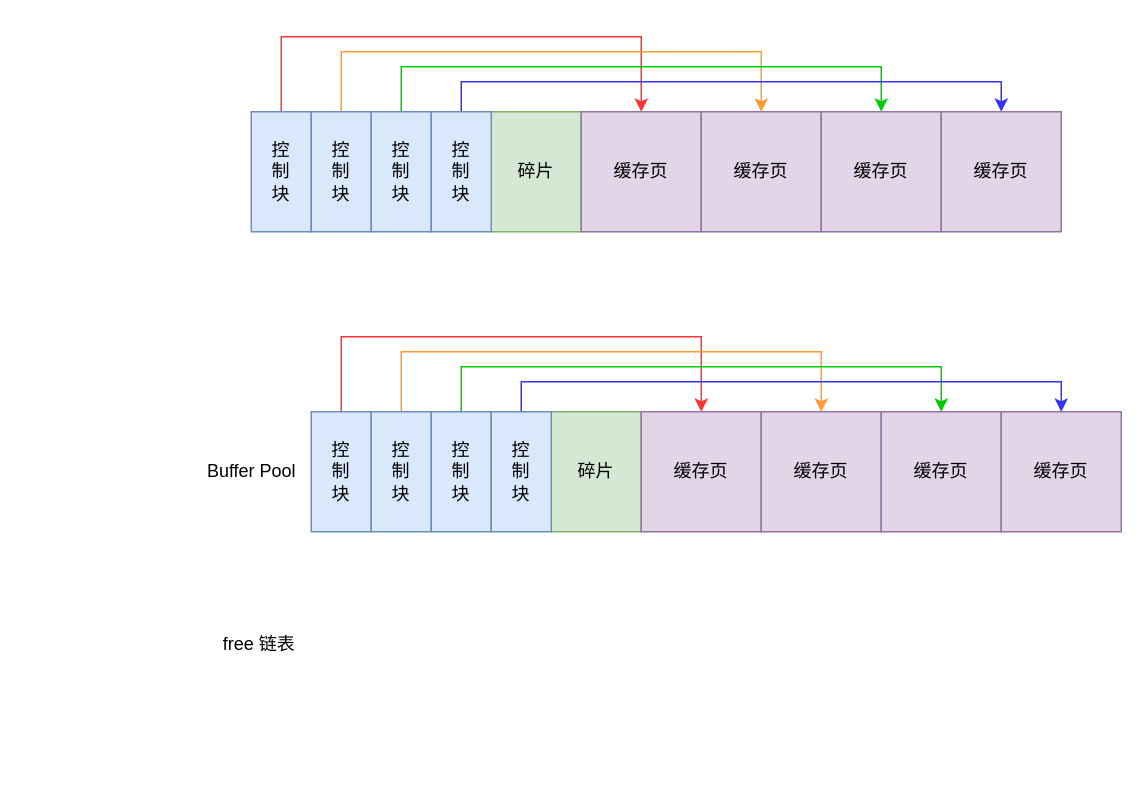
The draw.io diagram InnoDB 的 Buffer Pool/InnoDB 的 Buffer Pool.drawio in zero-97/picture-of-the-article, before the edit. Source tidied: cells renumbered, new cells numbered last; positions are measured from the earlier drawing's top-left corner, leaving out a move shared by most shapes. Both pictures are drawn from the tidied source at 150%, with x=0, y=0 at pixel (190, 36).
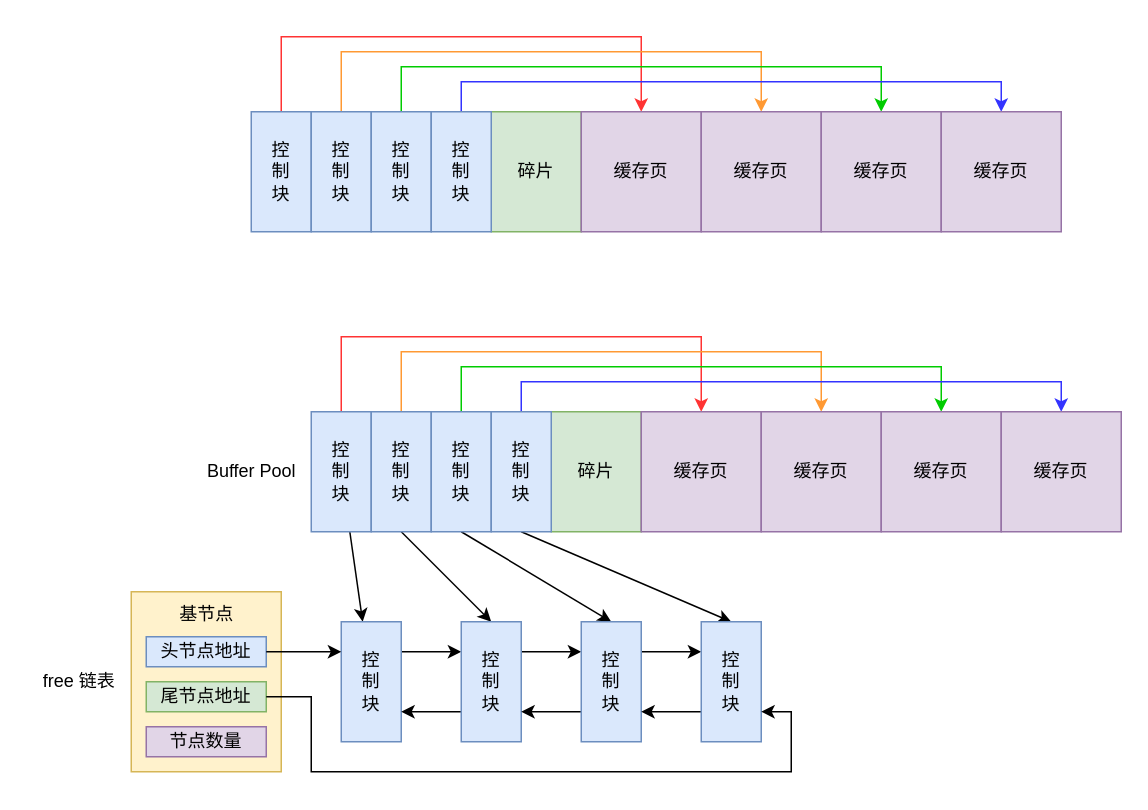
Above is the later version.

The change refers to these unchanged cells:
```xml
<mxCell id="18" value="控&lt;br&gt;制&lt;br&gt;块" style="rounded=0;whiteSpace=wrap;html=1;fillColor=#dae8fc;strokeColor=#6c8ebf;" parent="1" vertex="1">
  <mxGeometry x="80" y="250" width="40" height="80" as="geometry" />
</mxCell>
<mxCell id="20" value="控&lt;br&gt;制&lt;br&gt;块" style="rounded=0;whiteSpace=wrap;html=1;fillColor=#dae8fc;strokeColor=#6c8ebf;" parent="1" vertex="1">
  <mxGeometry x="120" y="250" width="40" height="80" as="geometry" />
</mxCell>
<mxCell id="22" value="控&lt;br&gt;制&lt;br&gt;块" style="rounded=0;whiteSpace=wrap;html=1;fillColor=#dae8fc;strokeColor=#6c8ebf;" parent="1" vertex="1">
  <mxGeometry x="160" y="250" width="40" height="80" as="geometry" />
</mxCell>
<mxCell id="25" value="控&lt;br&gt;制&lt;br&gt;块" style="rounded=0;whiteSpace=wrap;html=1;fillColor=#dae8fc;strokeColor=#6c8ebf;" parent="1" vertex="1">
  <mxGeometry x="200" y="250" width="40" height="80" as="geometry" />
</mxCell>
```

The edit, as a diff of the source:
```diff
@@
     <mxCell id="16" value="free 链表" style="text;html=1;align=center;verticalAlign=middle;strokeColor=none;fillColor=none;" parent="1" vertex="1">
-      <mxGeometry x="10" y="390" width="70" height="30" as="geometry" />
+      <mxGeometry x="-110" y="415" width="70" height="30" as="geometry" />
     </mxCell>
@@
+    <mxCell id="30" style="rounded=0;jettySize=auto;html=1;strokeColor=#000000;" parent="1" edge="1" source="18" target="41">
+      <mxGeometry relative="1" as="geometry" />
+    </mxCell>
@@
+    <mxCell id="31" style="rounded=0;jettySize=auto;html=1;entryX=0.5;entryY=0;entryDx=0;entryDy=0;strokeColor=#000000;exitX=0.5;exitY=1;exitDx=0;exitDy=0;" parent="1" edge="1" source="20" target="44">
+      <mxGeometry relative="1" as="geometry" />
+    </mxCell>
@@
+    <mxCell id="32" style="rounded=0;jettySize=auto;html=1;strokeColor=#000000;exitX=0.5;exitY=1;exitDx=0;exitDy=0;entryX=0.5;entryY=0;entryDx=0;entryDy=0;" parent="1" edge="1" source="22" target="47">
+      <mxGeometry relative="1" as="geometry" />
+    </mxCell>
@@
+    <mxCell id="33" style="rounded=0;jettySize=auto;html=1;strokeColor=#000000;entryX=0.5;entryY=0;entryDx=0;entryDy=0;exitX=0.5;exitY=1;exitDx=0;exitDy=0;" parent="1" edge="1" source="25" target="49">
+      <mxGeometry relative="1" as="geometry" />
+    </mxCell>
@@
+    <mxCell id="34" style="group;" parent="1" vertex="1">
+      <mxGeometry x="-40" y="370" width="100" height="120" as="geometry" />
+    </mxCell>
+    <mxCell id="35" style="rounded=0;whiteSpace=wrap;html=1;fillColor=#fff2cc;strokeColor=#d6b656;" parent="34" vertex="1">
+      <mxGeometry width="100" height="120" as="geometry" />
+    </mxCell>
+    <mxCell id="36" value="头节点地址" style="rounded=0;whiteSpace=wrap;html=1;fillColor=#dae8fc;strokeColor=#6c8ebf;" parent="34" vertex="1">
+      <mxGeometry x="10" y="30" width="80" height="20" as="geometry" />
+    </mxCell>
+    <mxCell id="37" value="尾节点地址" style="rounded=0;whiteSpace=wrap;html=1;fillColor=#d5e8d4;strokeColor=#82b366;" parent="34" vertex="1">
+      <mxGeometry x="10" y="60" width="80" height="20" as="geometry" />
+    </mxCell>
+    <mxCell id="38" value="节点数量" style="rounded=0;whiteSpace=wrap;html=1;fillColor=#e1d5e7;strokeColor=#9673a6;" parent="34" vertex="1">
+      <mxGeometry x="10" y="90" width="80" height="20" as="geometry" />
+    </mxCell>
+    <mxCell id="39" value="基节点" style="text;html=1;align=center;verticalAlign=middle;strokeColor=none;fillColor=none;" parent="34" vertex="1">
+      <mxGeometry x="20" width="60" height="30" as="geometry" />
+    </mxCell>
+    <mxCell id="40" style="edgeStyle=none;rounded=0;jettySize=auto;html=1;strokeColor=#000000;entryX=0;entryY=0.25;entryDx=0;entryDy=0;" parent="1" edge="1" target="44">
+      <mxGeometry relative="1" as="geometry">
+        <mxPoint x="140" y="410" as="sourcePoint" />
+      </mxGeometry>
+    </mxCell>
+    <mxCell id="41" value="控&lt;br&gt;制&lt;br&gt;块" style="rounded=0;whiteSpace=wrap;html=1;fillColor=#dae8fc;strokeColor=#6c8ebf;" parent="1" vertex="1">
+      <mxGeometry x="100" y="390" width="40" height="80" as="geometry" />
+    </mxCell>
+    <mxCell id="42" style="edgeStyle=none;rounded=0;jettySize=auto;html=1;entryX=0;entryY=0.25;entryDx=0;entryDy=0;strokeColor=#000000;exitX=1;exitY=0.25;exitDx=0;exitDy=0;" parent="1" edge="1" source="44" target="47">
+      <mxGeometry relative="1" as="geometry" />
+    </mxCell>
+    <mxCell id="43" style="edgeStyle=orthogonalEdgeStyle;rounded=0;jettySize=auto;html=1;entryX=1;entryY=0.75;entryDx=0;entryDy=0;strokeColor=#000000;exitX=0;exitY=0.75;exitDx=0;exitDy=0;" parent="1" edge="1" source="44" target="41">
+      <mxGeometry relative="1" as="geometry" />
+    </mxCell>
+    <mxCell id="44" value="控&lt;br&gt;制&lt;br&gt;块" style="rounded=0;whiteSpace=wrap;html=1;fillColor=#dae8fc;strokeColor=#6c8ebf;" parent="1" vertex="1">
+      <mxGeometry x="180" y="390" width="40" height="80" as="geometry" />
+    </mxCell>
+    <mxCell id="45" style="edgeStyle=none;rounded=0;jettySize=auto;html=1;entryX=0;entryY=0.25;entryDx=0;entryDy=0;strokeColor=#000000;" parent="1" edge="1" target="49">
+      <mxGeometry relative="1" as="geometry">
+        <mxPoint x="300" y="410" as="sourcePoint" />
+      </mxGeometry>
+    </mxCell>
+    <mxCell id="46" style="edgeStyle=orthogonalEdgeStyle;rounded=0;jettySize=auto;html=1;entryX=1;entryY=0.75;entryDx=0;entryDy=0;strokeColor=#000000;exitX=0;exitY=0.75;exitDx=0;exitDy=0;" parent="1" edge="1" source="47" target="44">
+      <mxGeometry relative="1" as="geometry" />
+    </mxCell>
+    <mxCell id="47" value="控&lt;br&gt;制&lt;br&gt;块" style="rounded=0;whiteSpace=wrap;html=1;fillColor=#dae8fc;strokeColor=#6c8ebf;" parent="1" vertex="1">
+      <mxGeometry x="260" y="390" width="40" height="80" as="geometry" />
+    </mxCell>
+    <mxCell id="48" style="edgeStyle=orthogonalEdgeStyle;rounded=0;jettySize=auto;html=1;entryX=1;entryY=0.75;entryDx=0;entryDy=0;strokeColor=#000000;exitX=0;exitY=0.75;exitDx=0;exitDy=0;" parent="1" edge="1" source="49" target="47">
+      <mxGeometry relative="1" as="geometry" />
+    </mxCell>
+    <mxCell id="49" value="控&lt;br&gt;制&lt;br&gt;块" style="rounded=0;whiteSpace=wrap;html=1;fillColor=#dae8fc;strokeColor=#6c8ebf;" parent="1" vertex="1">
+      <mxGeometry x="340" y="390" width="40" height="80" as="geometry" />
+    </mxCell>
+    <mxCell id="50" style="edgeStyle=none;rounded=0;jettySize=auto;html=1;entryX=0;entryY=0.25;entryDx=0;entryDy=0;strokeColor=#000000;" parent="1" edge="1" source="36" target="41">
+      <mxGeometry relative="1" as="geometry" />
+    </mxCell>
+    <mxCell id="51" style="edgeStyle=orthogonalEdgeStyle;rounded=0;jettySize=auto;html=1;entryX=1;entryY=0.75;entryDx=0;entryDy=0;strokeColor=#000000;" parent="1" edge="1" source="37" target="49">
+      <mxGeometry relative="1" as="geometry">
+        <Array as="points">
+          <mxPoint x="80" y="440" />
+          <mxPoint x="80" y="490" />
+          <mxPoint x="400" y="490" />
+          <mxPoint x="400" y="450" />
+        </Array>
+      </mxGeometry>
+    </mxCell>
```
